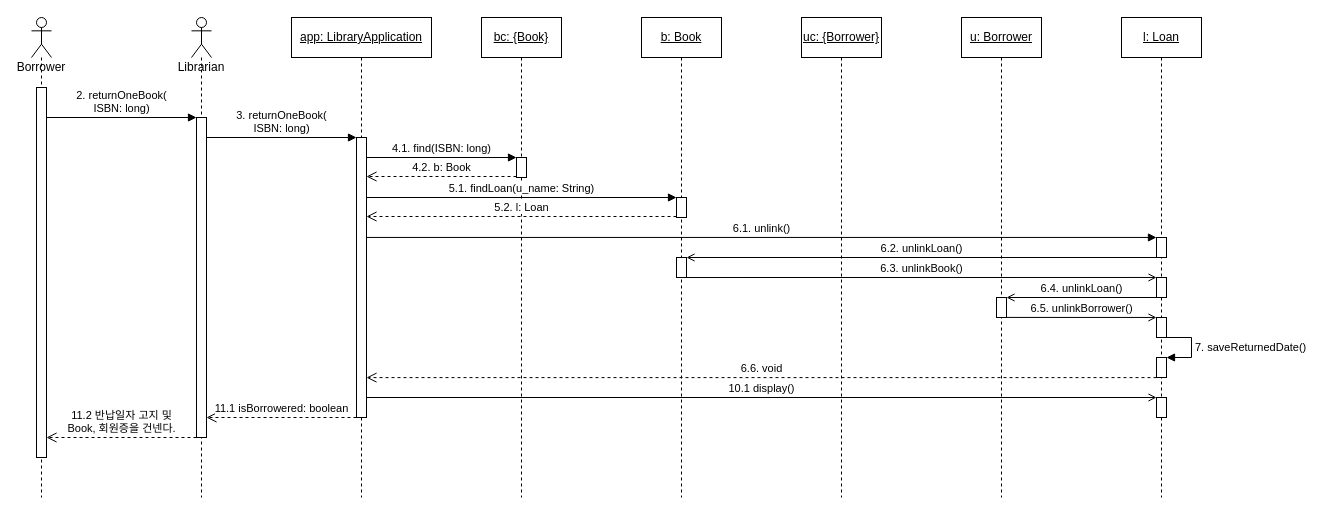
Earlier version of the draw.io diagram UML/SD6 Return one book.drawio (Halozhan/2023-2-LibraryApplication). Source tidied: cells renumbered, new cells numbered last; positions are measured from the earlier drawing's top-left corner, leaving out a move shared by most shapes. Both pictures are drawn from the tidied source at 100%, with x=0, y=0 at pixel (31, 17).
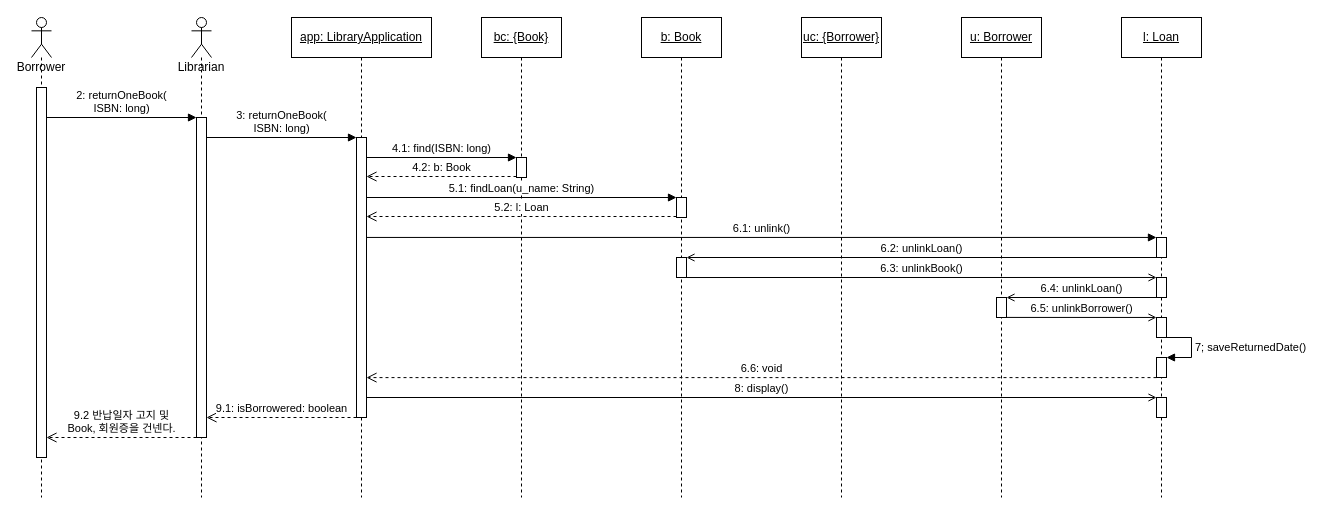
The same diagram, later.

The change refers to these unchanged cells:
```xml
<mxCell id="4" style="html=1;points=[];perimeter=orthogonalPerimeter;" parent="2" vertex="1">
  <mxGeometry x="5" y="100" width="10" height="320" as="geometry" />
</mxCell>
<mxCell id="6" style="html=1;points=[];perimeter=orthogonalPerimeter;" parent="5" vertex="1">
  <mxGeometry x="65" y="120" width="10" height="280" as="geometry" />
</mxCell>
<mxCell id="8" style="html=1;points=[];perimeter=orthogonalPerimeter;" parent="7" vertex="1">
  <mxGeometry x="35" y="140" width="10" height="20" as="geometry" />
</mxCell>
<mxCell id="10" style="html=1;points=[];perimeter=orthogonalPerimeter;" parent="9" vertex="1">
  <mxGeometry x="35" y="240" width="10" height="20" as="geometry" />
</mxCell>
<mxCell id="11" style="html=1;points=[];perimeter=orthogonalPerimeter;" parent="9" vertex="1">
  <mxGeometry x="35" y="180" width="10" height="20" as="geometry" />
</mxCell>
<mxCell id="14" style="html=1;points=[];perimeter=orthogonalPerimeter;" parent="13" vertex="1">
  <mxGeometry x="35" y="280" width="10" height="20" as="geometry" />
</mxCell>
<mxCell id="19" style="html=1;points=[];perimeter=orthogonalPerimeter;" parent="17" vertex="1">
  <mxGeometry x="5" y="70" width="10" height="370" as="geometry" />
</mxCell>
<mxCell id="33" value="&lt;u style=&quot;&quot;&gt;l: Loan&lt;/u&gt;" style="shape=umlLifeline;perimeter=lifelinePerimeter;whiteSpace=wrap;html=1;" parent="1" vertex="1">
  <mxGeometry x="1090" width="80" height="480" as="geometry" />
</mxCell>
<mxCell id="34" style="html=1;points=[];perimeter=orthogonalPerimeter;" parent="33" vertex="1">
  <mxGeometry x="35" y="300" width="10" height="20" as="geometry" />
</mxCell>
<mxCell id="35" style="html=1;points=[];perimeter=orthogonalPerimeter;" parent="33" vertex="1">
  <mxGeometry x="35" y="260" width="10" height="20" as="geometry" />
</mxCell>
<mxCell id="36" style="html=1;points=[];perimeter=orthogonalPerimeter;" parent="33" vertex="1">
  <mxGeometry x="35" y="340" width="10" height="20" as="geometry" />
</mxCell>
<mxCell id="38" style="html=1;points=[];perimeter=orthogonalPerimeter;" parent="33" vertex="1">
  <mxGeometry x="35" y="380" width="10" height="20" as="geometry" />
</mxCell>
<mxCell id="39" style="html=1;points=[];perimeter=orthogonalPerimeter;" parent="33" vertex="1">
  <mxGeometry x="35" y="220" width="10" height="20" as="geometry" />
</mxCell>
```

Change to the diagram source:
```diff
@@
-    <mxCell id="15" value="2. returnOneBook(&lt;br&gt;ISBN: long)" style="html=1;verticalAlign=bottom;endArrow=block;entryX=0;entryY=0;" parent="1" edge="1" source="19" target="4">
+    <mxCell id="15" value="2: returnOneBook(&lt;br&gt;ISBN: long)" style="html=1;verticalAlign=bottom;endArrow=block;entryX=0;entryY=0;" parent="1" edge="1" source="19" target="4">
       <mxGeometry relative="1" as="geometry" />
     </mxCell>
-    <mxCell id="16" value="11.2 반납일자 고지 및&lt;br&gt;Book, 회원증을 건넨다." style="html=1;verticalAlign=bottom;endArrow=open;dashed=1;endSize=8;exitX=0.001;exitY=1;exitDx=0;exitDy=0;exitPerimeter=0;" parent="1" edge="1" source="4" target="19">
+    <mxCell id="16" value="9.2 반납일자 고지 및&lt;br&gt;Book, 회원증을 건넨다." style="html=1;verticalAlign=bottom;endArrow=open;dashed=1;endSize=8;exitX=0.001;exitY=1;exitDx=0;exitDy=0;exitPerimeter=0;" parent="1" edge="1" source="4" target="19">
       <mxGeometry relative="1" as="geometry" />
     </mxCell>
@@
-    <mxCell id="20" value="3. returnOneBook(&lt;br&gt;ISBN: long)" style="html=1;verticalAlign=bottom;endArrow=block;entryX=0;entryY=0;" parent="1" edge="1" source="4" target="6">
+    <mxCell id="20" value="3: returnOneBook(&lt;br&gt;ISBN: long)" style="html=1;verticalAlign=bottom;endArrow=block;entryX=0;entryY=0;" parent="1" edge="1" source="4" target="6">
       <mxGeometry relative="1" as="geometry" />
     </mxCell>
-    <mxCell id="21" value="11.1 isBorrowered: boolean" style="html=1;verticalAlign=bottom;endArrow=open;dashed=1;endSize=8;exitX=0.001;exitY=1;exitDx=0;exitDy=0;exitPerimeter=0;" parent="1" edge="1" source="6" target="4">
+    <mxCell id="21" value="9.1: isBorrowered: boolean" style="html=1;verticalAlign=bottom;endArrow=open;dashed=1;endSize=8;exitX=0.001;exitY=1;exitDx=0;exitDy=0;exitPerimeter=0;" parent="1" edge="1" source="6" target="4">
       <mxGeometry relative="1" as="geometry" />
     </mxCell>
-    <mxCell id="22" value="4.1. find(ISBN: long)" style="html=1;verticalAlign=bottom;endArrow=block;entryX=0;entryY=0;" parent="1" edge="1" source="6" target="8">
+    <mxCell id="22" value="4.1: find(ISBN: long)" style="html=1;verticalAlign=bottom;endArrow=block;entryX=0;entryY=0;" parent="1" edge="1" source="6" target="8">
       <mxGeometry relative="1" as="geometry" />
     </mxCell>
-    <mxCell id="23" value="4.2. b: Book" style="html=1;verticalAlign=bottom;endArrow=open;dashed=1;endSize=8;exitX=0;exitY=0.95;" parent="1" edge="1" source="8" target="6">
+    <mxCell id="23" value="4.2: b: Book" style="html=1;verticalAlign=bottom;endArrow=open;dashed=1;endSize=8;exitX=0;exitY=0.95;" parent="1" edge="1" source="8" target="6">
       <mxGeometry relative="1" as="geometry" />
     </mxCell>
-    <mxCell id="24" value="5.1. findLoan(u_name: String)" style="html=1;verticalAlign=bottom;endArrow=block;entryX=0;entryY=0;" parent="1" edge="1" source="6" target="11">
+    <mxCell id="24" value="5.1: findLoan(u_name: String)" style="html=1;verticalAlign=bottom;endArrow=block;entryX=0;entryY=0;" parent="1" edge="1" source="6" target="11">
       <mxGeometry relative="1" as="geometry" />
     </mxCell>
-    <mxCell id="25" value="5.2. l: Loan" style="html=1;verticalAlign=bottom;endArrow=open;dashed=1;endSize=8;exitX=0;exitY=0.95;" parent="1" edge="1" source="11" target="6">
+    <mxCell id="25" value="5.2: l: Loan" style="html=1;verticalAlign=bottom;endArrow=open;dashed=1;endSize=8;exitX=0;exitY=0.95;" parent="1" edge="1" source="11" target="6">
       <mxGeometry relative="1" as="geometry" />
     </mxCell>
-    <mxCell id="26" value="6.2. unlinkLoan()" style="html=1;verticalAlign=bottom;endArrow=open;entryX=1;entryY=0;endFill=0;" parent="1" edge="1" source="39" target="10">
+    <mxCell id="26" value="6.2: unlinkLoan()" style="html=1;verticalAlign=bottom;endArrow=open;entryX=1;entryY=0;endFill=0;" parent="1" edge="1" source="39" target="10">
       <mxGeometry relative="1" as="geometry" />
     </mxCell>
-    <mxCell id="27" value="6.3. unlinkBook()" style="html=1;verticalAlign=bottom;endArrow=open;entryX=0.002;entryY=-0.001;entryDx=0;entryDy=0;entryPerimeter=0;exitX=1.005;exitY=1.001;exitDx=0;exitDy=0;exitPerimeter=0;endFill=0;" parent="1" edge="1" source="10" target="35">
+    <mxCell id="27" value="6.3: unlinkBook()" style="html=1;verticalAlign=bottom;endArrow=open;entryX=0.002;entryY=-0.001;entryDx=0;entryDy=0;entryPerimeter=0;exitX=1.005;exitY=1.001;exitDx=0;exitDy=0;exitPerimeter=0;endFill=0;" parent="1" edge="1" source="10" target="35">
       <mxGeometry relative="1" as="geometry" />
     </mxCell>
-    <mxCell id="28" value="6.4. unlinkLoan()" style="html=1;verticalAlign=bottom;endArrow=open;entryX=1;entryY=0;endFill=0;" parent="1" edge="1" source="35" target="14">
+    <mxCell id="28" value="6.4: unlinkLoan()" style="html=1;verticalAlign=bottom;endArrow=open;entryX=1;entryY=0;endFill=0;" parent="1" edge="1" source="35" target="14">
       <mxGeometry relative="1" as="geometry" />
     </mxCell>
-    <mxCell id="29" value="6.5. unlinkBorrower()" style="html=1;verticalAlign=bottom;endArrow=open;exitX=1.002;exitY=0.996;exitDx=0;exitDy=0;exitPerimeter=0;entryX=-0.003;entryY=-0.002;entryDx=0;entryDy=0;entryPerimeter=0;endFill=0;" parent="1" edge="1" source="14" target="34">
+    <mxCell id="29" value="6.5: unlinkBorrower()" style="html=1;verticalAlign=bottom;endArrow=open;exitX=1.002;exitY=0.996;exitDx=0;exitDy=0;exitPerimeter=0;entryX=-0.003;entryY=-0.002;entryDx=0;entryDy=0;entryPerimeter=0;endFill=0;" parent="1" edge="1" source="14" target="34">
       <mxGeometry relative="1" as="geometry" />
     </mxCell>
-    <mxCell id="30" value="10.1 display()" style="html=1;verticalAlign=bottom;startArrow=none;endArrow=open;startSize=8;startFill=0;endFill=0;" parent="1" edge="1" source="6" target="38">
+    <mxCell id="30" value="8: display()" style="html=1;verticalAlign=bottom;startArrow=none;endArrow=open;startSize=8;startFill=0;endFill=0;" parent="1" edge="1" source="6" target="38">
       <mxGeometry relative="1" as="geometry" />
     </mxCell>
-    <mxCell id="31" value="6.1. unlink()" style="html=1;verticalAlign=bottom;startArrow=none;endArrow=block;startSize=8;startFill=0;entryX=-0.003;entryY=-0.003;entryDx=0;entryDy=0;entryPerimeter=0;" parent="1" edge="1" source="6" target="39">
+    <mxCell id="31" value="6.1: unlink()" style="html=1;verticalAlign=bottom;startArrow=none;endArrow=block;startSize=8;startFill=0;entryX=-0.003;entryY=-0.003;entryDx=0;entryDy=0;entryPerimeter=0;" parent="1" edge="1" source="6" target="39">
       <mxGeometry relative="1" as="geometry" />
     </mxCell>
-    <mxCell id="32" value="6.6. void" style="html=1;verticalAlign=bottom;endArrow=open;dashed=1;endSize=8;exitX=0;exitY=1.005;exitDx=0;exitDy=0;exitPerimeter=0;" parent="1" edge="1" source="36" target="6">
+    <mxCell id="32" value="6.6: void" style="html=1;verticalAlign=bottom;endArrow=open;dashed=1;endSize=8;exitX=0;exitY=1.005;exitDx=0;exitDy=0;exitPerimeter=0;" parent="1" edge="1" source="36" target="6">
       <mxGeometry relative="1" as="geometry" />
     </mxCell>
@@
-    <mxCell id="37" value="7. saveReturnedDate()" style="edgeStyle=orthogonalEdgeStyle;html=1;align=left;spacingLeft=2;endArrow=block;rounded=0;entryX=1;entryY=0;" parent="33" edge="1" source="34" target="36">
+    <mxCell id="37" value="7;&amp;nbsp;saveReturnedDate()" style="edgeStyle=orthogonalEdgeStyle;html=1;align=left;spacingLeft=2;endArrow=block;rounded=0;entryX=1;entryY=0;" parent="33" edge="1" source="34" target="36">
       <mxGeometry relative="1" as="geometry">
         <Array as="points">
           <mxPoint x="70" y="320" />
           <mxPoint x="70" y="340" />
         </Array>
       </mxGeometry>
     </mxCell>
```
